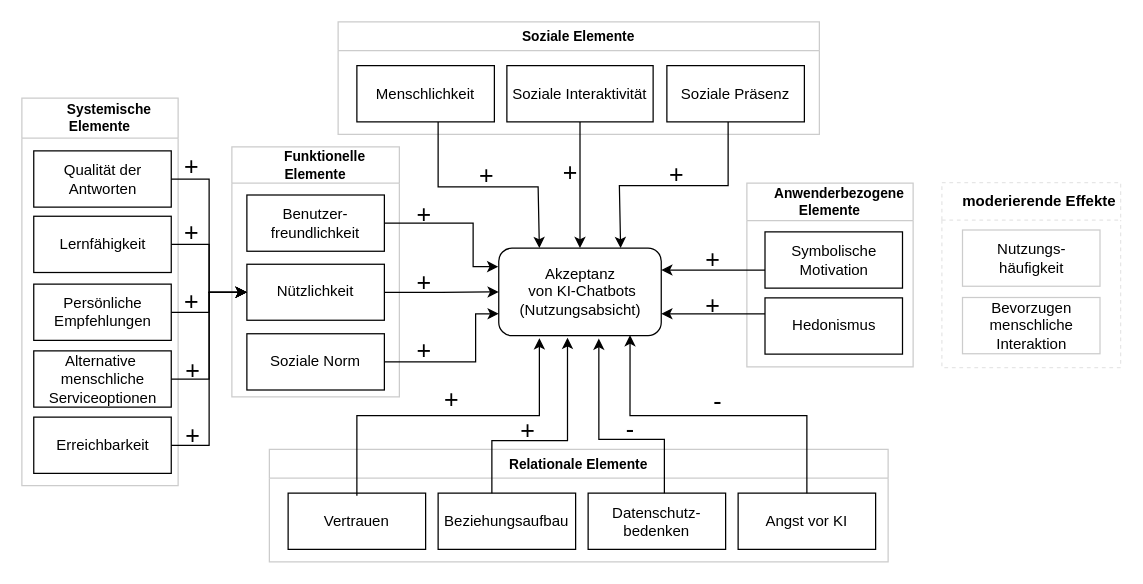
The draw.io diagram page "Kopie von Hypothesen" (4 of 6) of sRAM.drawio in Frododo12/Web-Technologie, before the edit. Source tidied: cells renumbered, new cells numbered last; positions are measured from the earlier drawing's top-left corner, leaving out a move shared by most shapes. Both pictures are drawn from the tidied source at 125%, with x=0, y=0 at pixel (21, 21).
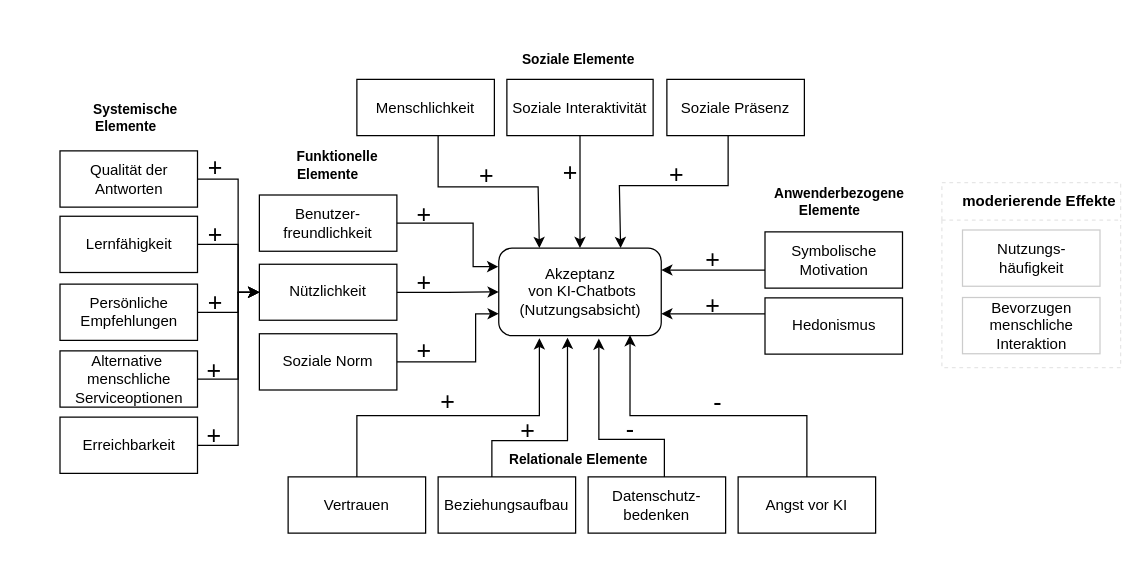
The same diagram, later.

The change refers to these unchanged cells:
```xml
<mxCell id="9" value="Nützlichkeit" style="rounded=0;whiteSpace=wrap;html=1;" parent="8" vertex="1">
  <mxGeometry x="12" y="93.9" width="110" height="44.8" as="geometry" />
</mxCell>
<mxCell id="20" value="Qualität der Antworten" style="rounded=0;whiteSpace=wrap;html=1;" parent="19" vertex="1">
  <mxGeometry x="9.5" y="42.2" width="110" height="45" as="geometry" />
</mxCell>
<mxCell id="21" value="Lernfähigkeit" style="rounded=0;whiteSpace=wrap;html=1;" parent="19" vertex="1">
  <mxGeometry x="9.5" y="94.5" width="110" height="45" as="geometry" />
</mxCell>
<mxCell id="22" value="Persönliche&lt;br&gt;Empfehlungen" style="rounded=0;whiteSpace=wrap;html=1;" parent="19" vertex="1">
  <mxGeometry x="9.5" y="148.8" width="110" height="45" as="geometry" />
</mxCell>
<mxCell id="23" value="Alternative&amp;nbsp;&lt;br&gt;menschliche Serviceoptionen" style="rounded=0;whiteSpace=wrap;html=1;" parent="19" vertex="1">
  <mxGeometry x="9.5" y="202.2" width="110" height="45" as="geometry" />
</mxCell>
<mxCell id="24" value="Erreichbarkeit" style="rounded=0;whiteSpace=wrap;html=1;" parent="19" vertex="1">
  <mxGeometry x="9.5" y="255.2" width="110" height="45" as="geometry" />
</mxCell>
```

Change to the diagram source:
```diff
@@
-    <mxCell id="3" value="&lt;font style=&quot;font-size: 11px;&quot;&gt;Relationale Elemente&lt;/font&gt;" style="swimlane;whiteSpace=wrap;html=1;fillColor=#FFFFFF;strokeColor=#CCCCCC;" parent="1" vertex="1">
-      <mxGeometry x="198" y="342" width="495" height="90" as="geometry" />
+    <mxCell id="3" value="&lt;font style=&quot;font-size: 11px;&quot;&gt;Relationale Elemente&lt;/font&gt;" style="swimlane;whiteSpace=wrap;html=1;fillColor=#FFFFFF;strokeColor=none;swimlaneLine=0;" parent="1" vertex="1">
+      <mxGeometry x="198" y="338" width="495" height="90" as="geometry" />
     </mxCell>
     <mxCell id="4" value="Datenschutz-bedenken" style="rounded=0;whiteSpace=wrap;html=1;" parent="3" vertex="1">
-      <mxGeometry x="255" y="35" width="110" height="45" as="geometry" />
+      <mxGeometry x="255" y="26" width="110" height="45" as="geometry" />
     </mxCell>
     <mxCell id="5" value="Beziehungsaufbau" style="rounded=0;whiteSpace=wrap;html=1;" parent="3" vertex="1">
-      <mxGeometry x="135" y="35" width="110" height="45" as="geometry" />
+      <mxGeometry x="135" y="26" width="110" height="45" as="geometry" />
     </mxCell>
     <mxCell id="6" value="Vertrauen" style="rounded=0;whiteSpace=wrap;html=1;" parent="3" vertex="1">
-      <mxGeometry x="15" y="35" width="110" height="45" as="geometry" />
+      <mxGeometry x="15" y="26" width="110" height="45" as="geometry" />
     </mxCell>
     <mxCell id="7" value="Angst vor KI" style="rounded=0;whiteSpace=wrap;html=1;" parent="3" vertex="1">
-      <mxGeometry x="375" y="35" width="110" height="45" as="geometry" />
+      <mxGeometry x="375" y="26" width="110" height="45" as="geometry" />
     </mxCell>
-    <mxCell id="8" value="&amp;nbsp; &amp;nbsp; &amp;nbsp;Funktionelle Elemente" style="swimlane;whiteSpace=wrap;html=1;fillColor=#FFFFFF;startSize=29;strokeColor=#CCCCCC;fontSize=11;" parent="1" vertex="1">
-      <mxGeometry x="168" y="100" width="134" height="200" as="geometry" />
+    <mxCell id="8" value="&amp;nbsp; &amp;nbsp; &amp;nbsp;Funktionelle Elemente" style="swimlane;whiteSpace=wrap;html=1;fillColor=#FFFFFF;startSize=29;strokeColor=none;fontSize=11;swimlaneLine=0;" parent="1" vertex="1">
+      <mxGeometry x="178" y="100" width="134" height="200" as="geometry" />
     </mxCell>
@@
-    <mxCell id="12" value="Soziale Elemente" style="swimlane;whiteSpace=wrap;html=1;fillColor=#FFFFFF;glass=0;shadow=0;strokeColor=#CCCCCC;fontSize=11;" parent="1" vertex="1">
-      <mxGeometry x="253" width="385" height="90" as="geometry" />
+    <mxCell id="12" value="&lt;br&gt;Soziale Elemente" style="swimlane;whiteSpace=wrap;html=1;fillColor=#FFFFFF;glass=0;shadow=0;strokeColor=none;fontSize=11;swimlaneLine=0;" parent="1" vertex="1">
+      <mxGeometry x="253" y="11" width="385" height="79" as="geometry" />
     </mxCell>
@@
-    <mxCell id="16" value="&amp;nbsp; &amp;nbsp; &amp;nbsp;Anwenderbezogene&lt;br style=&quot;border-color: var(--border-color); font-size: 11px;&quot;&gt;Elemente" style="swimlane;whiteSpace=wrap;html=1;startSize=30;fillColor=#FFFFFF;strokeColor=#CCCCCC;fontSize=11;" parent="1" vertex="1">
+    <mxCell id="16" value="&amp;nbsp; &amp;nbsp; &amp;nbsp;Anwenderbezogene&lt;br style=&quot;border-color: var(--border-color); font-size: 11px;&quot;&gt;Elemente" style="swimlane;whiteSpace=wrap;html=1;startSize=30;fillColor=#FFFFFF;strokeColor=none;fontSize=11;swimlaneLine=0;" parent="1" vertex="1">
       <mxGeometry x="580" y="129" width="133" height="147" as="geometry" />
     </mxCell>
@@
-    <mxCell id="19" value="&amp;nbsp; &amp;nbsp; &amp;nbsp;Systemische &lt;br style=&quot;font-size: 11px;&quot;&gt;Elemente" style="swimlane;whiteSpace=wrap;html=1;startSize=32;fillColor=#FFFFFF;strokeColor=#CCCCCC;fontSize=11;" parent="1" vertex="1">
-      <mxGeometry y="61" width="125" height="310" as="geometry" />
+    <mxCell id="19" value="&amp;nbsp; &amp;nbsp; &amp;nbsp;Systemische &lt;br style=&quot;font-size: 11px;&quot;&gt;Elemente" style="swimlane;whiteSpace=wrap;html=1;startSize=32;fillColor=#FFFFFF;strokeColor=none;fontSize=11;swimlaneLine=0;" parent="1" vertex="1">
+      <mxGeometry x="21" y="61" width="125" height="310" as="geometry" />
     </mxCell>
@@
-    <mxCell id="38" style="edgeStyle=orthogonalEdgeStyle;rounded=0;orthogonalLoop=1;jettySize=auto;html=1;entryX=0.25;entryY=1;entryDx=0;entryDy=0;" parent="1" edge="1">
+    <mxCell id="38" style="edgeStyle=orthogonalEdgeStyle;rounded=0;jettySize=auto;html=1;entryX=0.25;entryY=1;entryDx=0;entryDy=0;exitX=0.5;exitY=0;exitDx=0;exitDy=0;" parent="1" edge="1" source="6">
       <mxGeometry relative="1" as="geometry">
-        <mxPoint x="268" y="379" as="sourcePoint" />
         <mxPoint x="414" y="253" as="targetPoint" />
         <Array as="points">
           <mxPoint x="268" y="315" />
           <mxPoint x="414" y="315" />
         </Array>
       </mxGeometry>
     </mxCell>
@@
     <mxCell id="47" value="+" style="text;html=1;strokeColor=none;fillColor=none;align=center;verticalAlign=middle;whiteSpace=wrap;rounded=0;opacity=0;fontSize=20;" parent="1" vertex="1">
-      <mxGeometry x="324" y="288" width="40" height="25" as="geometry" />
+      <mxGeometry x="321" y="290" width="40" height="25" as="geometry" />
     </mxCell>
@@
     <mxCell id="49" value="-" style="text;html=1;strokeColor=none;fillColor=none;align=center;verticalAlign=middle;whiteSpace=wrap;rounded=0;opacity=0;fontStyle=0;fontSize=20;" parent="1" vertex="1">
-      <mxGeometry x="536.5" y="290" width="40" height="25" as="geometry" />
+      <mxGeometry x="536.5" y="291" width="40" height="25" as="geometry" />
     </mxCell>
@@
     <mxCell id="52" style="edgeStyle=orthogonalEdgeStyle;rounded=0;jettySize=auto;html=1;entryX=0;entryY=0.5;entryDx=0;entryDy=0;" parent="1" edge="1" source="24" target="9">
-      <mxGeometry relative="1" as="geometry" />
+      <mxGeometry relative="1" as="geometry">
+        <Array as="points">
+          <mxPoint x="173" y="339" />
+          <mxPoint x="173" y="216" />
+        </Array>
+      </mxGeometry>
     </mxCell>
     <mxCell id="53" style="edgeStyle=orthogonalEdgeStyle;rounded=0;jettySize=auto;html=1;entryX=0;entryY=0.5;entryDx=0;entryDy=0;" parent="1" edge="1" source="23" target="9">
-      <mxGeometry relative="1" as="geometry" />
+      <mxGeometry relative="1" as="geometry">
+        <Array as="points">
+          <mxPoint x="173" y="286" />
+          <mxPoint x="173" y="216" />
+        </Array>
+      </mxGeometry>
     </mxCell>
     <mxCell id="54" style="edgeStyle=orthogonalEdgeStyle;rounded=0;jettySize=auto;html=1;entryX=0;entryY=0.5;entryDx=0;entryDy=0;" parent="1" edge="1" source="22" target="9">
-      <mxGeometry relative="1" as="geometry" />
+      <mxGeometry relative="1" as="geometry">
+        <Array as="points">
+          <mxPoint x="173" y="232" />
+          <mxPoint x="173" y="216" />
+        </Array>
+      </mxGeometry>
     </mxCell>
     <mxCell id="55" style="edgeStyle=orthogonalEdgeStyle;rounded=0;jettySize=auto;html=1;entryX=0;entryY=0.5;entryDx=0;entryDy=0;" parent="1" edge="1" source="21" target="9">
-      <mxGeometry relative="1" as="geometry" />
+      <mxGeometry relative="1" as="geometry">
+        <Array as="points">
+          <mxPoint x="173" y="178" />
+          <mxPoint x="173" y="216" />
+        </Array>
+      </mxGeometry>
     </mxCell>
     <mxCell id="56" style="edgeStyle=orthogonalEdgeStyle;rounded=0;jettySize=auto;html=1;entryX=0;entryY=0.5;entryDx=0;entryDy=0;" parent="1" edge="1" source="20" target="9">
-      <mxGeometry relative="1" as="geometry" />
+      <mxGeometry relative="1" as="geometry">
+        <Array as="points">
+          <mxPoint x="173" y="126" />
+          <mxPoint x="173" y="216" />
+        </Array>
+      </mxGeometry>
     </mxCell>
     <mxCell id="57" value="+" style="text;html=1;strokeColor=none;fillColor=none;align=center;verticalAlign=middle;whiteSpace=wrap;rounded=0;opacity=0;fontSize=20;" parent="1" vertex="1">
-      <mxGeometry x="115.5" y="102" width="40" height="25" as="geometry" />
+      <mxGeometry x="134.5" y="103" width="40" height="25" as="geometry" />
     </mxCell>
     <mxCell id="58" value="+" style="text;html=1;strokeColor=none;fillColor=none;align=center;verticalAlign=middle;whiteSpace=wrap;rounded=0;opacity=0;fontSize=20;" parent="1" vertex="1">
-      <mxGeometry x="116" y="210" width="40" height="25" as="geometry" />
+      <mxGeometry x="135" y="211" width="40" height="25" as="geometry" />
     </mxCell>
     <mxCell id="59" value="+" style="text;html=1;strokeColor=none;fillColor=none;align=center;verticalAlign=middle;whiteSpace=wrap;rounded=0;opacity=0;fontSize=20;" parent="1" vertex="1">
-      <mxGeometry x="115.5" y="155" width="40" height="25" as="geometry" />
+      <mxGeometry x="134.5" y="156" width="40" height="25" as="geometry" />
     </mxCell>
     <mxCell id="60" value="+" style="text;html=1;strokeColor=none;fillColor=none;align=center;verticalAlign=middle;whiteSpace=wrap;rounded=0;opacity=0;fontSize=20;" parent="1" vertex="1">
-      <mxGeometry x="117" y="265" width="40" height="25" as="geometry" />
+      <mxGeometry x="134" y="265" width="40" height="25" as="geometry" />
     </mxCell>
     <mxCell id="61" value="+" style="text;html=1;strokeColor=none;fillColor=none;align=center;verticalAlign=middle;whiteSpace=wrap;rounded=0;opacity=0;fontSize=20;" parent="1" vertex="1">
-      <mxGeometry x="117" y="317" width="40" height="25" as="geometry" />
+      <mxGeometry x="134" y="317" width="40" height="25" as="geometry" />
     </mxCell>
```
